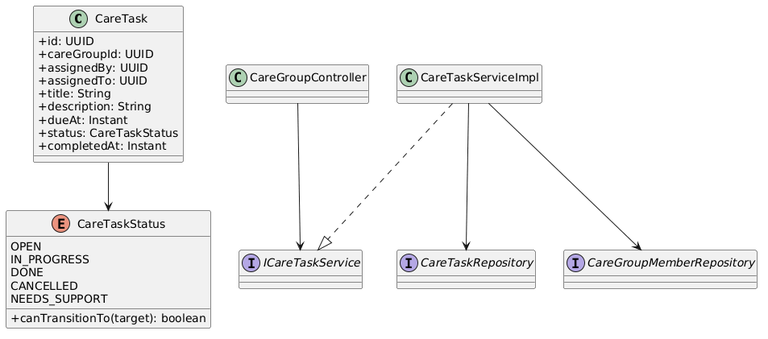
Earlier version of the PlantUML export docs/Detailed_Design/MF08_Family_Sync_Cooperative_Care/images/03_Family_Care_Task_Assignment_ClassDiagram.png (ChuongBDHE172784/CareBridge_SEP490_G79). Its diagram source:
```plantuml
@startuml
skinparam classAttributeIconSize 0
class CareTask {
  +id: UUID
  +careGroupId: UUID
  +assignedBy: UUID
  +assignedTo: UUID
  +title: String
  +description: String
  +dueAt: Instant
  +status: CareTaskStatus
  +completedAt: Instant
}
enum CareTaskStatus {
  OPEN
  IN_PROGRESS
  DONE
  CANCELLED
  NEEDS_SUPPORT
  +canTransitionTo(target): boolean
}
class CareGroupController
interface ICareTaskService
class CareTaskServiceImpl
interface CareTaskRepository
interface CareGroupMemberRepository
CareTask --> CareTaskStatus
CareGroupController --> ICareTaskService
CareTaskServiceImpl ..|> ICareTaskService
CareTaskServiceImpl --> CareTaskRepository
CareTaskServiceImpl --> CareGroupMemberRepository
@enduml
```
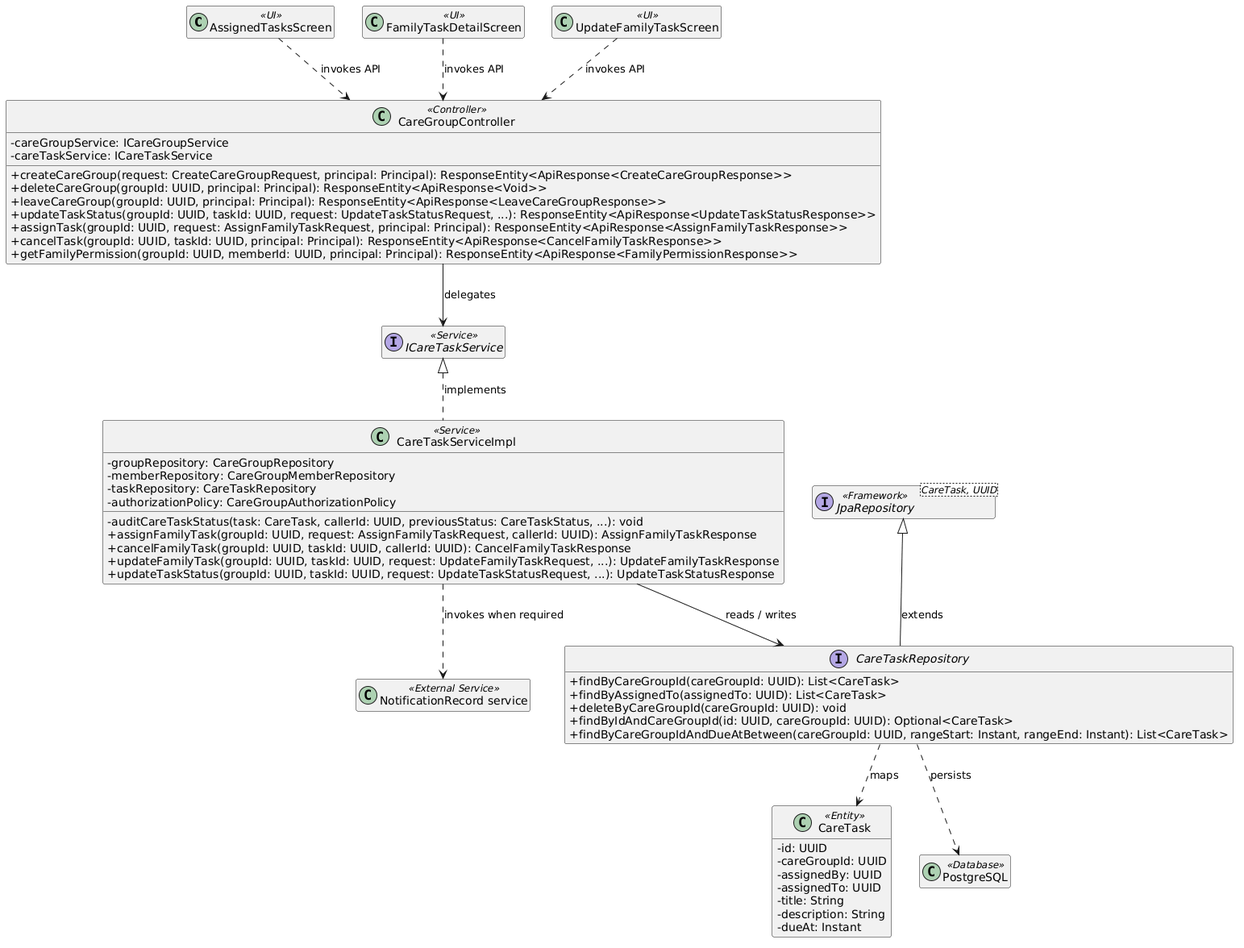
Later version of the same file.

The edit, as a diff of the source:
```diff
@@ -1,32 +1,61 @@
 @startuml
 skinparam classAttributeIconSize 0
-class CareTask {
-  +id: UUID
-  +careGroupId: UUID
-  +assignedBy: UUID
-  +assignedTo: UUID
-  +title: String
-  +description: String
-  +dueAt: Instant
-  +status: CareTaskStatus
-  +completedAt: Instant
+hide empty members
+
+class "AssignedTasksScreen" as UI1 <<UI>>
+class "FamilyTaskDetailScreen" as UI2 <<UI>>
+class "UpdateFamilyTaskScreen" as UI3 <<UI>>
+class "CareGroupController" as Controller1 <<Controller>> {
+  - careGroupService: ICareGroupService
+  - careTaskService: ICareTaskService
+  + createCareGroup(request: CreateCareGroupRequest, principal: Principal): ResponseEntity<ApiResponse<CreateCareGroupResponse>>
+  + deleteCareGroup(groupId: UUID, principal: Principal): ResponseEntity<ApiResponse<Void>>
+  + leaveCareGroup(groupId: UUID, principal: Principal): ResponseEntity<ApiResponse<LeaveCareGroupResponse>>
+  + updateTaskStatus(groupId: UUID, taskId: UUID, request: UpdateTaskStatusRequest, ...): ResponseEntity<ApiResponse<UpdateTaskStatusResponse>>
+  + assignTask(groupId: UUID, request: AssignFamilyTaskRequest, principal: Principal): ResponseEntity<ApiResponse<AssignFamilyTaskResponse>>
+  + cancelTask(groupId: UUID, taskId: UUID, principal: Principal): ResponseEntity<ApiResponse<CancelFamilyTaskResponse>>
+  + getFamilyPermission(groupId: UUID, memberId: UUID, principal: Principal): ResponseEntity<ApiResponse<FamilyPermissionResponse>>
 }
-enum CareTaskStatus {
-  OPEN
-  IN_PROGRESS
-  DONE
-  CANCELLED
-  NEEDS_SUPPORT
-  +canTransitionTo(target): boolean
+class "CareTaskServiceImpl" as Service1 <<Service>> {
+  - groupRepository: CareGroupRepository
+  - memberRepository: CareGroupMemberRepository
+  - taskRepository: CareTaskRepository
+  - authorizationPolicy: CareGroupAuthorizationPolicy
+  - auditCareTaskStatus(task: CareTask, callerId: UUID, previousStatus: CareTaskStatus, ...): void
+  + assignFamilyTask(groupId: UUID, request: AssignFamilyTaskRequest, callerId: UUID): AssignFamilyTaskResponse
+  + cancelFamilyTask(groupId: UUID, taskId: UUID, callerId: UUID): CancelFamilyTaskResponse
+  + updateFamilyTask(groupId: UUID, taskId: UUID, request: UpdateFamilyTaskRequest, ...): UpdateFamilyTaskResponse
+  + updateTaskStatus(groupId: UUID, taskId: UUID, request: UpdateTaskStatusRequest, ...): UpdateTaskStatusResponse
 }
-class CareGroupController
-interface ICareTaskService
-class CareTaskServiceImpl
-interface CareTaskRepository
-interface CareGroupMemberRepository
-CareTask --> CareTaskStatus
-CareGroupController --> ICareTaskService
-CareTaskServiceImpl ..|> ICareTaskService
-CareTaskServiceImpl --> CareTaskRepository
-CareTaskServiceImpl --> CareGroupMemberRepository
+interface "ICareTaskService" as Service1Contract <<Service>>
+interface "CareTaskRepository" as Repository1 {
+  + findByCareGroupId(careGroupId: UUID): List<CareTask>
+  + findByAssignedTo(assignedTo: UUID): List<CareTask>
+  + deleteByCareGroupId(careGroupId: UUID): void
+  + findByIdAndCareGroupId(id: UUID, careGroupId: UUID): Optional<CareTask>
+  + findByCareGroupIdAndDueAtBetween(careGroupId: UUID, rangeStart: Instant, rangeEnd: Instant): List<CareTask>
+}
+class "CareTask" as Entity1 <<Entity>> {
+  - id: UUID
+  - careGroupId: UUID
+  - assignedBy: UUID
+  - assignedTo: UUID
+  - title: String
+  - description: String
+  - dueAt: Instant
+}
+interface "JpaRepository<CareTask, UUID>" as Repository1Base <<Framework>>
+class "PostgreSQL" as DB <<Database>>
+class "NotificationRecord service" as External <<External Service>>
+
+Service1Contract <|.. Service1 : implements
+Repository1Base <|-- Repository1 : extends
+UI1 ..> Controller1 : invokes API
+UI2 ..> Controller1 : invokes API
+UI3 ..> Controller1 : invokes API
+Controller1 --> Service1Contract : delegates
+Service1 --> Repository1 : reads / writes
+Repository1 ..> Entity1 : maps
+Repository1 ..> DB : persists
+Service1 ..> External : invokes when required
 @enduml
```
